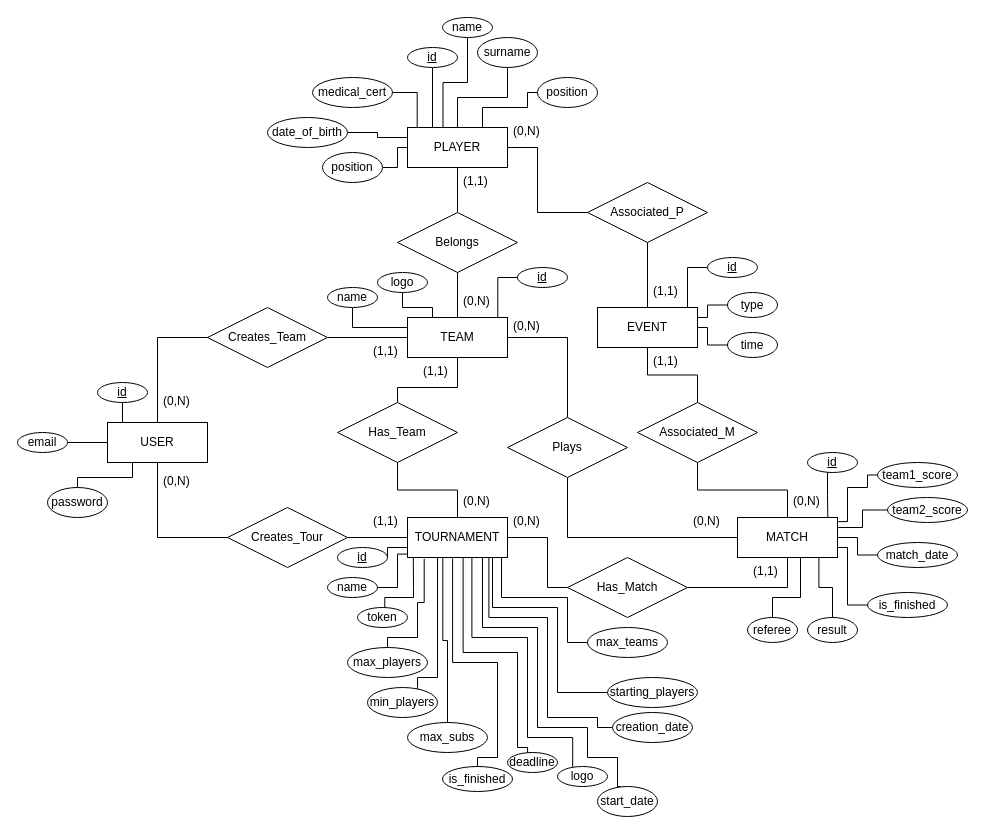
Earlier version of the draw.io diagram docs/diagrams/ER_diagram.drawio (popovic01/AwesomeTournament). Source tidied: cells renumbered, new cells numbered last; positions are measured from the earlier drawing's top-left corner, leaving out a move shared by most shapes. Both pictures are drawn from the tidied source at 100%, with x=0, y=0 at pixel (17, 17).
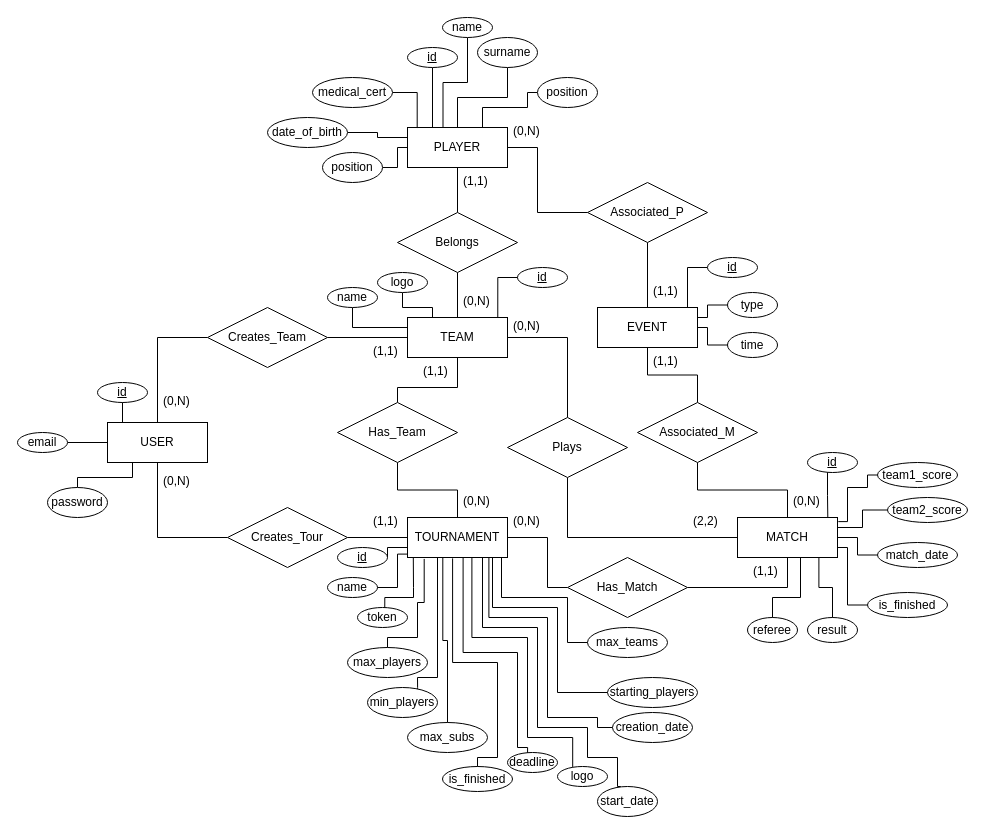
Above is the later version.

The edit, as a diff of the source:
```diff
@@
-    <mxCell id="47" value="(0,N)" style="text;strokeColor=none;fillColor=none;spacingLeft=4;spacingRight=4;overflow=hidden;fontSize=12;whiteSpace=wrap;html=1;" parent="1" vertex="1">
+    <mxCell id="47" value="(2,2)" style="text;strokeColor=none;fillColor=none;spacingLeft=4;spacingRight=4;overflow=hidden;fontSize=12;whiteSpace=wrap;html=1;" parent="1" vertex="1">
       <mxGeometry x="670" y="490" width="40" height="30" as="geometry" />
     </mxCell>
```
